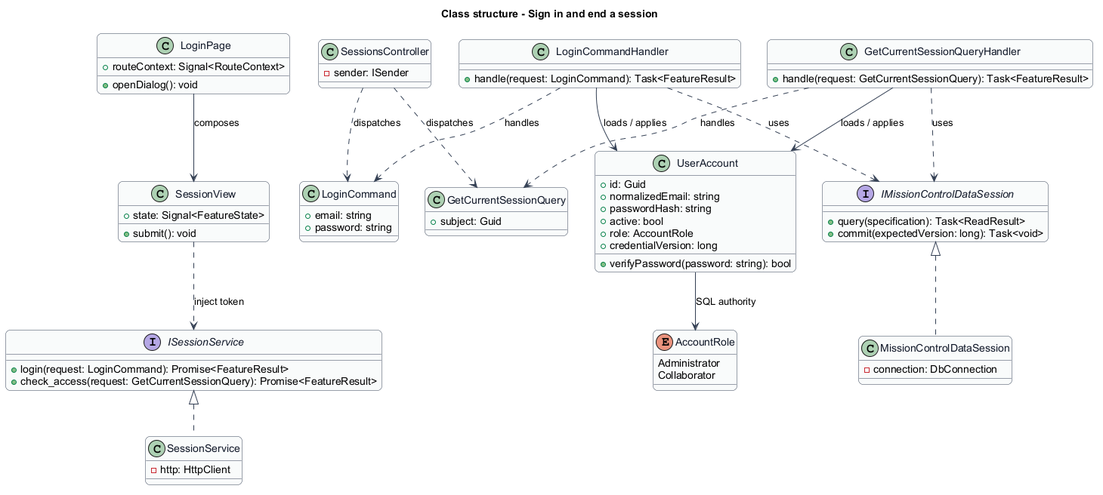
This is docs/detailed-designs/identity/sign-in-and-end-session/diagrams/class-structure.png from QuinntyneBrown/mission-control, a PlantUML export, as it was before one commit.
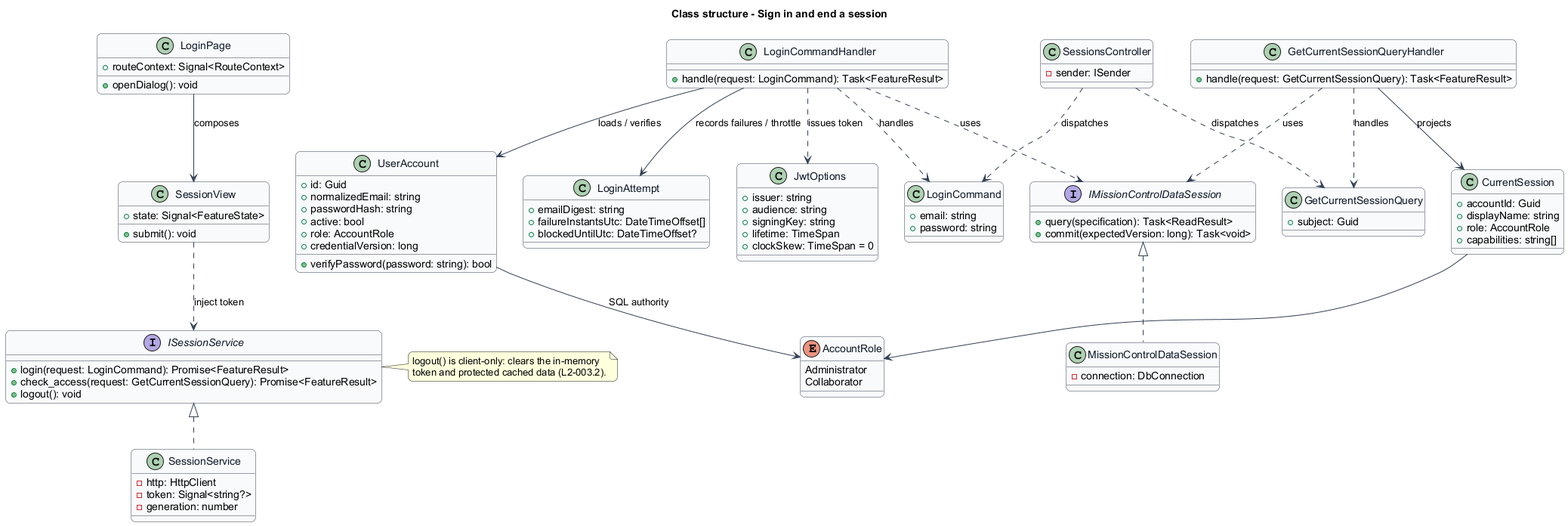
Later version of the same file.

The edit, as a diff of the source:
```diff
@@ -30,9 +30,16 @@
 interface ISessionService {
   +login(request: LoginCommand): Promise<FeatureResult>
   +check_access(request: GetCurrentSessionQuery): Promise<FeatureResult>
+  +logout(): void
 }
+note right of ISessionService
+  logout() is client-only: clears the in-memory
+  token and protected cached data (L2-003.2).
+end note
 class SessionService {
   -http: HttpClient
+  -token: Signal<string?>
+  -generation: number
 }
 class SessionsController {
   -sender: ISender
@@ -45,6 +52,24 @@
   +role: AccountRole
   +credentialVersion: long
   +verifyPassword(password: string): bool
+}
+class CurrentSession {
+  +accountId: Guid
+  +displayName: string
+  +role: AccountRole
+  +capabilities: string[]
+}
+class LoginAttempt {
+  +emailDigest: string
+  +failureInstantsUtc: DateTimeOffset[]
+  +blockedUntilUtc: DateTimeOffset?
+}
+class JwtOptions {
+  +issuer: string
+  +audience: string
+  +signingKey: string
+  +lifetime: TimeSpan
+  +clockSkew: TimeSpan = 0
 }
 interface IMissionControlDataSession {
   +query(specification): Task<ReadResult>
@@ -66,7 +91,9 @@
 }
 SessionsController ..> LoginCommand : dispatches
 LoginCommandHandler ..> LoginCommand : handles
-LoginCommandHandler --> UserAccount : loads / applies
+LoginCommandHandler --> UserAccount : loads / verifies
+LoginCommandHandler --> LoginAttempt : records failures / throttle
+LoginCommandHandler ..> JwtOptions : issues token
 LoginCommandHandler ..> IMissionControlDataSession : uses
 class GetCurrentSessionQuery {
   +subject: Guid
@@ -76,7 +103,7 @@
 }
 SessionsController ..> GetCurrentSessionQuery : dispatches
 GetCurrentSessionQueryHandler ..> GetCurrentSessionQuery : handles
-GetCurrentSessionQueryHandler --> UserAccount : loads / applies
+GetCurrentSessionQueryHandler --> CurrentSession : projects
 GetCurrentSessionQueryHandler ..> IMissionControlDataSession : uses
 
 enum AccountRole {
@@ -84,4 +111,5 @@
   Collaborator
 }
 UserAccount --> AccountRole : SQL authority
+CurrentSession --> AccountRole
 @enduml
```
